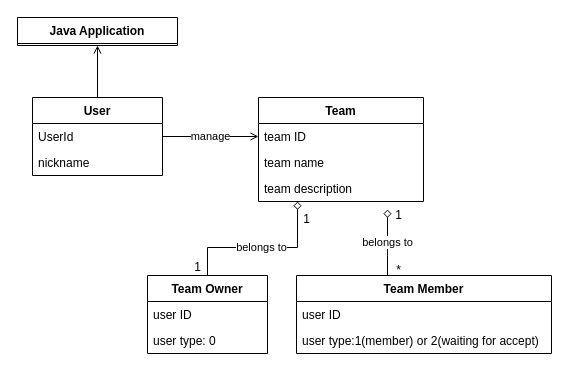
This is Domain4.drawio from ONFFLine/Diagram, a draw.io file, before an edit. Source tidied: cells renumbered, new cells numbered last; positions are measured from the earlier drawing's top-left corner, leaving out a move shared by most shapes. Both pictures are drawn from the tidied source at 100%, with x=0, y=0 at pixel (17, 17).
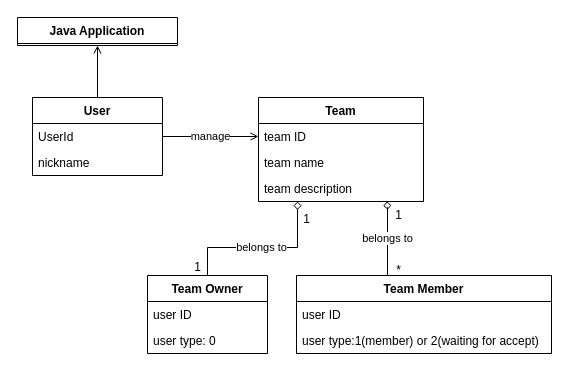
The same diagram, later.

Unchanged cells that the change refers to:
```xml
<mxCell id="5" value="team description" style="text;strokeColor=none;fillColor=none;align=left;verticalAlign=top;spacingLeft=4;spacingRight=4;overflow=hidden;points=[[0,0.5],[1,0.5]];portConstraint=eastwest;" parent="2" vertex="1">
  <mxGeometry y="78" width="165" height="26" as="geometry" />
</mxCell>
```

Change to the diagram source:
```diff
@@
-    <mxCell id="12" value="belongs to" style="edgeStyle=orthogonalEdgeStyle;rounded=0;orthogonalLoop=1;jettySize=auto;html=1;endArrow=diamond;endFill=0;" parent="1" edge="1">
+    <mxCell id="12" value="belongs to" style="edgeStyle=orthogonalEdgeStyle;rounded=0;jettySize=auto;html=1;endArrow=diamond;endFill=0;entryX=0.779;entryY=0.994;entryDx=0;entryDy=0;entryPerimeter=0;" parent="1" edge="1" target="5">
       <mxGeometry relative="1" as="geometry">
         <mxPoint x="370" y="258" as="sourcePoint" />
-        <mxPoint x="370" y="192" as="targetPoint" />
         <Array as="points">
-          <mxPoint x="370" y="238" />
-          <mxPoint x="370" y="238" />
+          <mxPoint x="370" y="190" />
+          <mxPoint x="370" y="190" />
         </Array>
       </mxGeometry>
     </mxCell>
```
